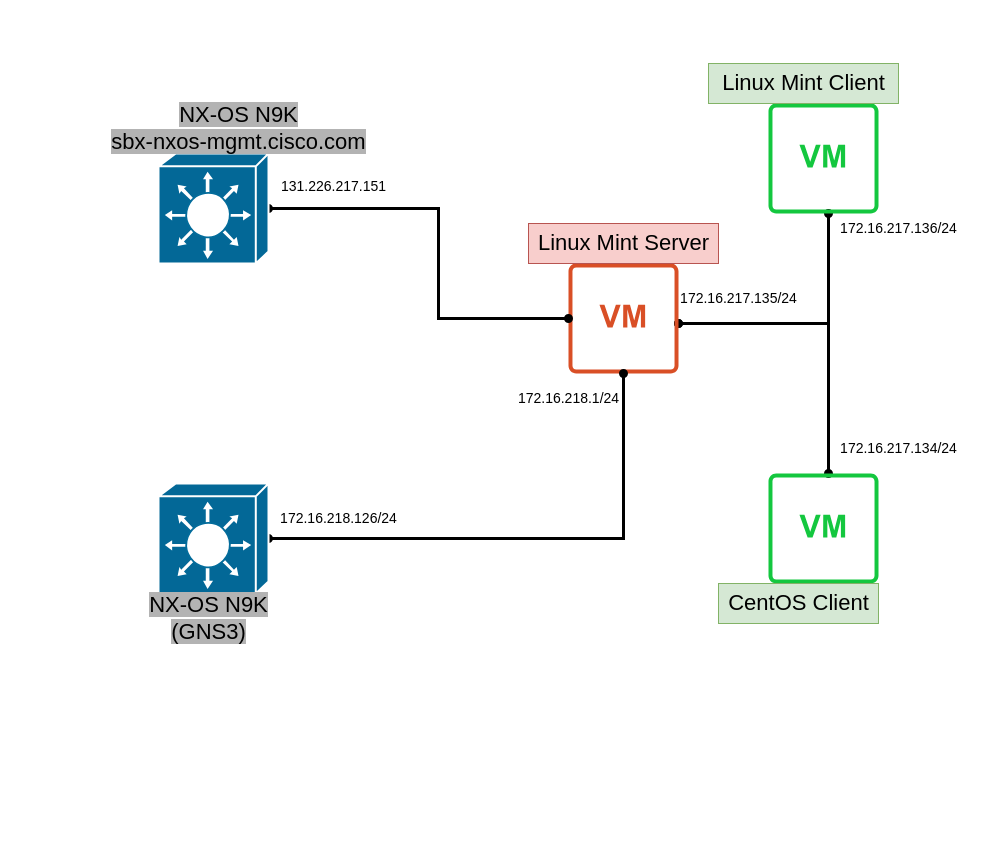
This is HomeLab.drawio from dragonka79/root, a draw.io file, before an edit. Source tidied: cells renumbered, new cells numbered last; positions are measured from the earlier drawing's top-left corner, leaving out a move shared by most shapes. Both pictures are drawn from the tidied source at 100%, with x=0, y=0 at pixel (98, 63).
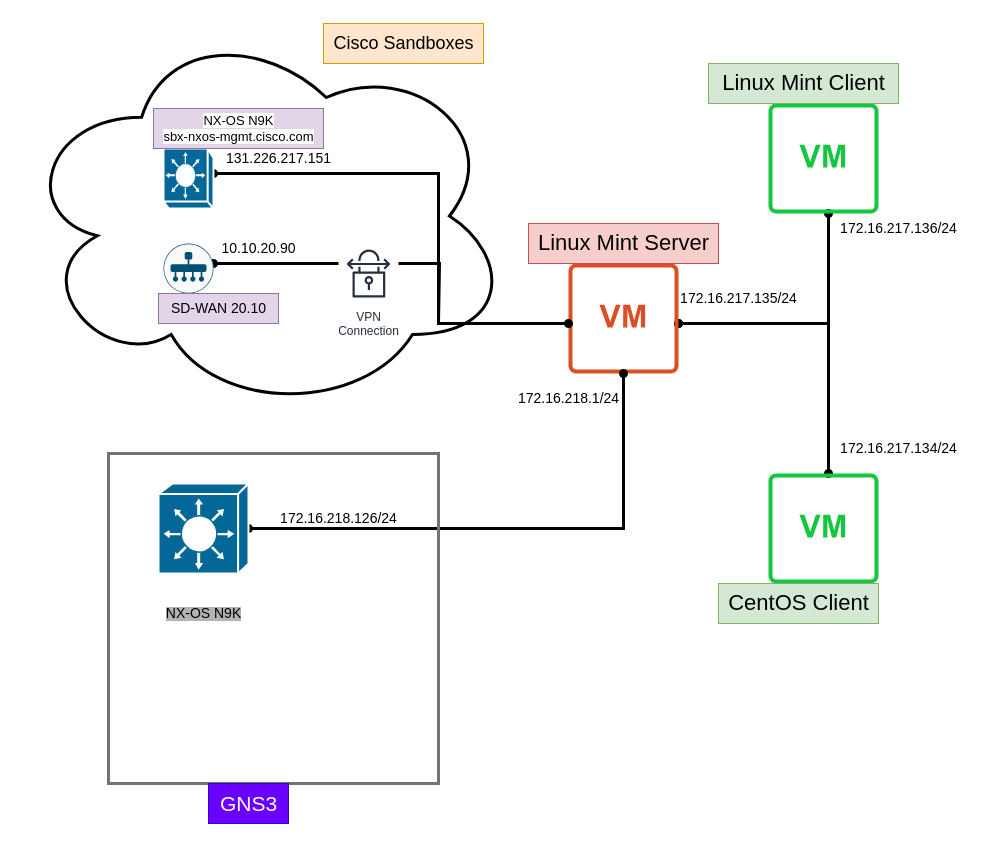
Above is the later version.

The change refers to these unchanged cells:
```xml
<mxCell id="4" style="sketch=0;shadow=0;dashed=0;html=1;strokeColor=none;fillColor=#D94F26;labelPosition=center;verticalLabelPosition=bottom;verticalAlign=top;align=center;outlineConnect=0;shape=mxgraph.vvd.virtual_machine;" parent="1" vertex="1">
  <mxGeometry x="470" y="200" width="110" height="110" as="geometry" />
</mxCell>
```

What changed in the source:
```diff
@@
     <mxCell id="14" style="shape=mxgraph.cisco.switches.layer_3_switch;sketch=0;html=1;dashed=0;fillColor=#036897;strokeColor=#ffffff;strokeWidth=2;verticalLabelPosition=bottom;verticalAlign=top;align=center;outlineConnect=0;" parent="1" vertex="1">
-      <mxGeometry x="60" y="420" width="110" height="110" as="geometry" />
+      <mxGeometry x="60" y="420" width="90" height="90" as="geometry" />
     </mxCell>
@@
-    <mxCell id="16" value="&lt;font style=&quot;font-size: 22px; --darkreader-inline-bgcolor: #b7aa91; background-color: rgb(179, 179, 179);&quot;&gt;NX-OS N9K &lt;br&gt;(GNS3)&lt;/font&gt;" style="text;html=1;align=center;verticalAlign=middle;strokeColor=none;fillColor=none;" parent="1" vertex="1">
-      <mxGeometry x="40" y="520" width="140" height="70" as="geometry" />
+    <mxCell id="16" value="&lt;font style=&quot;--darkreader-inline-bgcolor: #b7aa91; background-color: rgb(179, 179, 179);&quot;&gt;&lt;font style=&quot;font-size: 14px;&quot;&gt;NX-OS N9K&lt;/font&gt;&lt;br&gt;&lt;/font&gt;" style="text;html=1;align=center;verticalAlign=middle;strokeColor=none;fillColor=none;" parent="1" vertex="1">
+      <mxGeometry x="55" y="535" width="100" height="30" as="geometry" />
     </mxCell>
     <mxCell id="17" style="edgeStyle=orthogonalEdgeStyle;rounded=0;jettySize=auto;html=1;strokeWidth=3;endArrow=oval;endFill=1;startArrow=oval;startFill=1;" parent="1" edge="1" source="18" target="4">
       <mxGeometry relative="1" as="geometry">
         <Array as="points">
-          <mxPoint x="340" y="145" />
-          <mxPoint x="340" y="255" />
+          <mxPoint x="340" y="110" />
+          <mxPoint x="340" y="260" />
         </Array>
       </mxGeometry>
     </mxCell>
-    <mxCell id="18" style="shape=mxgraph.cisco.switches.layer_3_switch;sketch=0;html=1;dashed=0;fillColor=#036897;strokeColor=#ffffff;strokeWidth=2;verticalLabelPosition=bottom;verticalAlign=top;align=center;outlineConnect=0;" parent="1" vertex="1">
-      <mxGeometry x="60" y="90" width="110" height="110" as="geometry" />
+    <mxCell id="18" style="shape=mxgraph.cisco.switches.layer_3_switch;sketch=0;html=1;dashed=0;fillColor=#036897;strokeColor=#ffffff;strokeWidth=2;verticalLabelPosition=bottom;verticalAlign=top;align=center;outlineConnect=0;direction=south;" parent="1" vertex="1">
+      <mxGeometry x="65" y="85" width="50" height="60" as="geometry" />
     </mxCell>
@@
-    <mxCell id="20" value="&lt;font style=&quot;font-size: 22px; --darkreader-inline-bgcolor: #b7aa91; background-color: rgb(179, 179, 179);&quot;&gt;NX-OS N9K&lt;br&gt;sbx-nxos-mgmt.cisco.com&lt;br&gt;&lt;/font&gt;" style="text;html=1;align=center;verticalAlign=middle;strokeColor=none;fillColor=none;" parent="1" vertex="1">
-      <mxGeometry y="30" width="280" height="70" as="geometry" />
+    <mxCell id="20" value="&lt;font style=&quot;font-size: 13px;&quot;&gt;&lt;span style=&quot;background-color: rgb(255, 255, 255); --darkreader-inline-bgcolor: #f5e4c7;&quot;&gt;NX-OS N9K&lt;br&gt;sbx-nxos-mgmt.cisco.com&lt;/span&gt;&lt;br&gt;&lt;/font&gt;" style="text;html=1;align=center;verticalAlign=middle;strokeColor=#9673a6;fillColor=#e1d5e7;" parent="1" vertex="1">
+      <mxGeometry x="55" y="45" width="170" height="40" as="geometry" />
     </mxCell>
     <mxCell id="21" value="&lt;font style=&quot;font-size: 14px;&quot;&gt;131.226.217.151&lt;/font&gt;" style="text;html=1;align=center;verticalAlign=middle;strokeColor=none;fillColor=none;" parent="1" vertex="1">
-      <mxGeometry x="170" y="108" width="130" height="30" as="geometry" />
+      <mxGeometry x="115" y="80" width="130" height="30" as="geometry" />
     </mxCell>
+    <mxCell id="22" style="ellipse;shape=cloud;whiteSpace=wrap;html=1;fillColor=none;strokeWidth=3;" parent="1" vertex="1">
+      <mxGeometry x="-80" y="-45" width="492.5" height="395" as="geometry" />
+    </mxCell>
+    <mxCell id="23" value="&lt;font style=&quot;font-size: 18px;&quot;&gt;Cisco Sandboxes&lt;/font&gt;" style="text;html=1;align=center;verticalAlign=middle;strokeColor=#d79b00;fillColor=#ffe6cc;" parent="1" vertex="1">
+      <mxGeometry x="225" y="-40" width="160" height="40" as="geometry" />
+    </mxCell>
+    <mxCell id="24" style="whiteSpace=wrap;html=1;fillColor=none;strokeWidth=3;strokeColor=#737373;" parent="1" vertex="1">
+      <mxGeometry x="10" y="390" width="330" height="330" as="geometry" />
+    </mxCell>
+    <mxCell id="25" value="&lt;font style=&quot;font-size: 21px;&quot;&gt;GNS3&lt;/font&gt;" style="text;html=1;align=center;verticalAlign=middle;strokeColor=#3700CC;fillColor=#6a00ff;fontColor=#ffffff;" parent="1" vertex="1">
+      <mxGeometry x="110" y="720" width="80" height="40" as="geometry" />
+    </mxCell>
+    <mxCell id="26" style="edgeStyle=orthogonalEdgeStyle;rounded=0;jettySize=auto;html=1;strokeWidth=3;startArrow=oval;startFill=1;endArrow=none;endFill=0;" parent="1" edge="1" source="27">
+      <mxGeometry relative="1" as="geometry">
+        <mxPoint x="340" y="260" as="targetPoint" />
+        <Array as="points">
+          <mxPoint x="341" y="200" />
+        </Array>
+      </mxGeometry>
+    </mxCell>
+    <mxCell id="27" style="sketch=0;points=[[0.5,0,0],[1,0.5,0],[0.5,1,0],[0,0.5,0],[0.145,0.145,0],[0.8555,0.145,0],[0.855,0.8555,0],[0.145,0.855,0]];verticalLabelPosition=bottom;html=1;verticalAlign=top;align=center;shape=mxgraph.cisco19.rect;prIcon=vmanage;fillColor=#FAFAFA;strokeColor=#005073;" parent="1" vertex="1">
+      <mxGeometry x="65" y="180" width="50" height="50" as="geometry" />
+    </mxCell>
+    <mxCell id="28" value="&lt;font style=&quot;font-size: 14px;&quot;&gt;SD-WAN 20.10&lt;/font&gt;" style="text;html=1;align=center;verticalAlign=middle;strokeColor=#9673a6;fillColor=#e1d5e7;" parent="1" vertex="1">
+      <mxGeometry x="60" y="230" width="120" height="30" as="geometry" />
+    </mxCell>
+    <mxCell id="29" value="&lt;font style=&quot;font-size: 14px;&quot;&gt;10.10.20.90&lt;/font&gt;" style="text;html=1;align=center;verticalAlign=middle;strokeColor=none;fillColor=none;" parent="1" vertex="1">
+      <mxGeometry x="110" y="170" width="100" height="30" as="geometry" />
+    </mxCell>
+    <mxCell id="30" value="VPN&#10;Connection" style="sketch=0;fontColor=#232F3E;gradientColor=none;strokeColor=#232F3E;fillColor=#ffffff;dashed=0;verticalLabelPosition=bottom;verticalAlign=top;align=center;html=1;fontSize=12;fontStyle=0;shape=mxgraph.aws4.resourceIcon;resIcon=mxgraph.aws4.vpn_connection;" parent="1" vertex="1">
+      <mxGeometry x="240" y="180" width="60" height="60" as="geometry" />
+    </mxCell>
```
